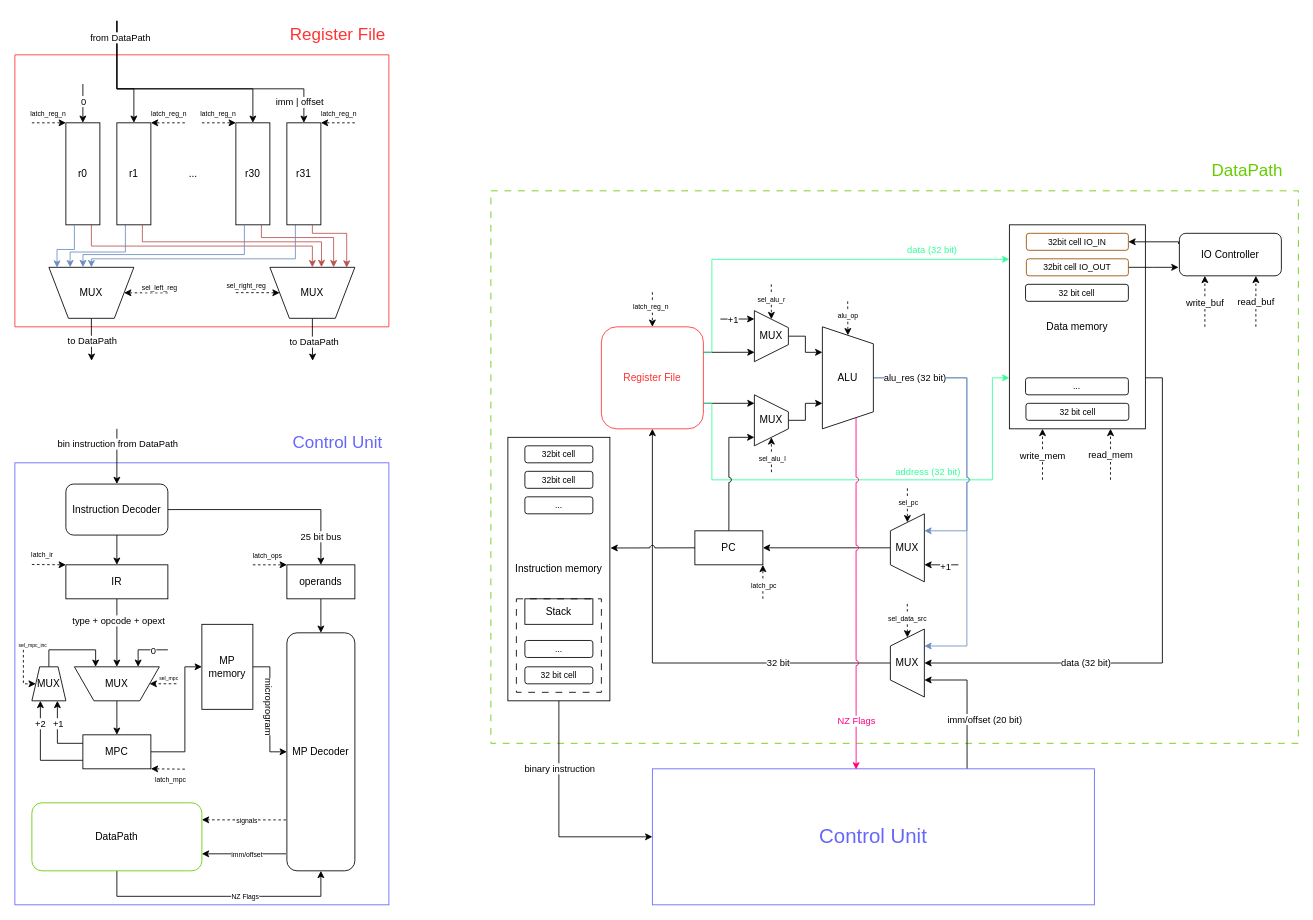
Earlier version of the draw.io diagram scheme/Machine_scheme.drawio (bilyardvmetro/CSA-Lab4). Source tidied: cells renumbered, new cells numbered last; positions are measured from the earlier drawing's top-left corner, leaving out a move shared by most shapes. Both pictures are drawn from the tidied source at 85%, with x=0, y=0 at pixel (14, 20).
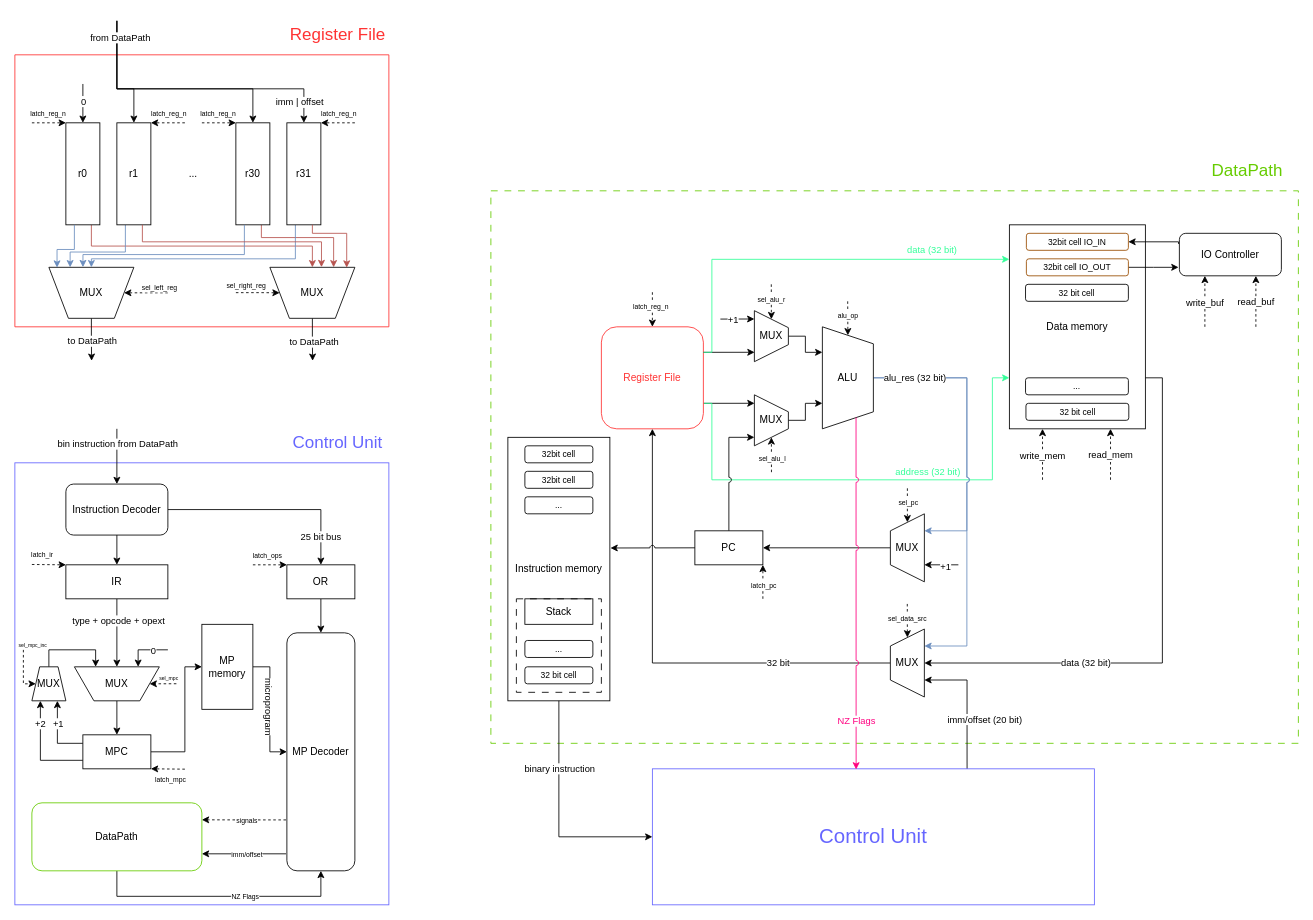
Above is the later version.

What changed in the source:
```diff
@@
-    <mxCell id="55" value="operands" style="rounded=0;whiteSpace=wrap;html=1;" parent="1" vertex="1">
+    <mxCell id="55" value="OR" style="rounded=0;whiteSpace=wrap;html=1;" parent="1" vertex="1">
       <mxGeometry x="320" y="640" width="80" height="40" as="geometry" />
     </mxCell>
```
